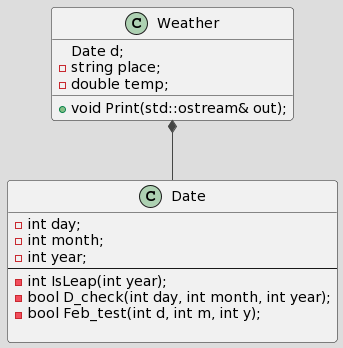
Earlier version of the PlantUML export uml.png (Ximeron/oppo-sfu).
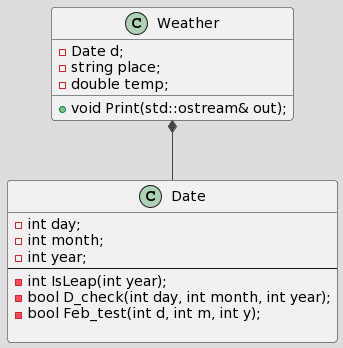
After the commit.

The edit, as a diff of the source:
```diff
@@ -6,7 +6,7 @@
 
 
 class Weather {
-  Date d;
+  -Date d;
   -string place;
   -double temp;
   +void Print(std::ostream& out);
```
